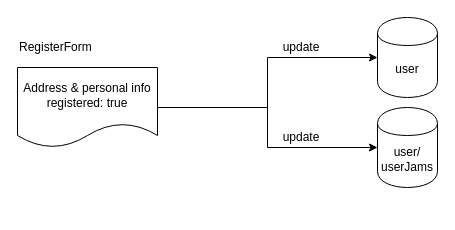
Before: page "Register" (3 of 3) of public/data-store.drawio in AriCima/jams, a draw.io diagram. Source tidied: cells renumbered, new cells numbered last; positions are measured from the earlier drawing's top-left corner, leaving out a move shared by most shapes. Both pictures are drawn from the tidied source at 100%, with x=0, y=0 at pixel (17, 17).
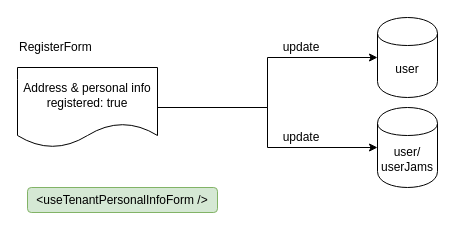
Above is the later version.

Change to the diagram source:
```diff
@@
 <mxGraphModel>
   <root>
     <mxCell id="0" />
     <mxCell id="1" parent="0" />
     <mxCell id="2" style="edgeStyle=orthogonalEdgeStyle;rounded=0;jettySize=auto;html=1;" parent="1" edge="1" source="4" target="6">
       <mxGeometry relative="1" as="geometry" />
     </mxCell>
     <mxCell id="3" style="edgeStyle=orthogonalEdgeStyle;rounded=0;jettySize=auto;html=1;entryX=0;entryY=0.5;entryDx=0;entryDy=0;" parent="1" edge="1" source="4" target="5">
       <mxGeometry relative="1" as="geometry" />
     </mxCell>
     <mxCell id="4" value="Address &amp;amp; personal info&lt;br&gt;registered: true" style="shape=document;whiteSpace=wrap;html=1;boundedLbl=1;" parent="1" vertex="1">
       <mxGeometry y="50" width="140" height="80" as="geometry" />
     </mxCell>
     <mxCell id="5" value="user/&lt;br&gt;userJams" style="shape=cylinder;whiteSpace=wrap;html=1;boundedLbl=1;backgroundOutline=1;" parent="1" vertex="1">
       <mxGeometry x="360" y="90" width="60" height="80" as="geometry" />
     </mxCell>
     <mxCell id="6" value="user" style="shape=cylinder;whiteSpace=wrap;html=1;boundedLbl=1;backgroundOutline=1;" parent="1" vertex="1">
       <mxGeometry x="360" width="60" height="80" as="geometry" />
     </mxCell>
     <mxCell id="7" value="RegisterForm" style="text;html=1;strokeColor=none;fillColor=none;align=left;verticalAlign=middle;whiteSpace=wrap;rounded=0;" parent="1" vertex="1">
       <mxGeometry y="20" width="110" height="20" as="geometry" />
     </mxCell>
     <mxCell id="8" value="update" style="text;html=1;strokeColor=none;fillColor=none;align=center;verticalAlign=middle;whiteSpace=wrap;rounded=0;" parent="1" vertex="1">
       <mxGeometry x="264" y="20" width="40" height="20" as="geometry" />
     </mxCell>
     <mxCell id="9" value="update" style="text;html=1;strokeColor=none;fillColor=none;align=center;verticalAlign=middle;whiteSpace=wrap;rounded=0;" parent="1" vertex="1">
       <mxGeometry x="264" y="110" width="40" height="20" as="geometry" />
     </mxCell>
+    <mxCell id="10" value="&amp;lt;useTenantPersonalInfoForm /&amp;gt;" style="rounded=1;whiteSpace=wrap;html=1;align=center;fillColor=#d5e8d4;strokeColor=#82b366;" parent="1" vertex="1">
+      <mxGeometry x="10" y="170" width="190" height="25" as="geometry" />
+    </mxCell>
   </root>
 </mxGraphModel>
```
